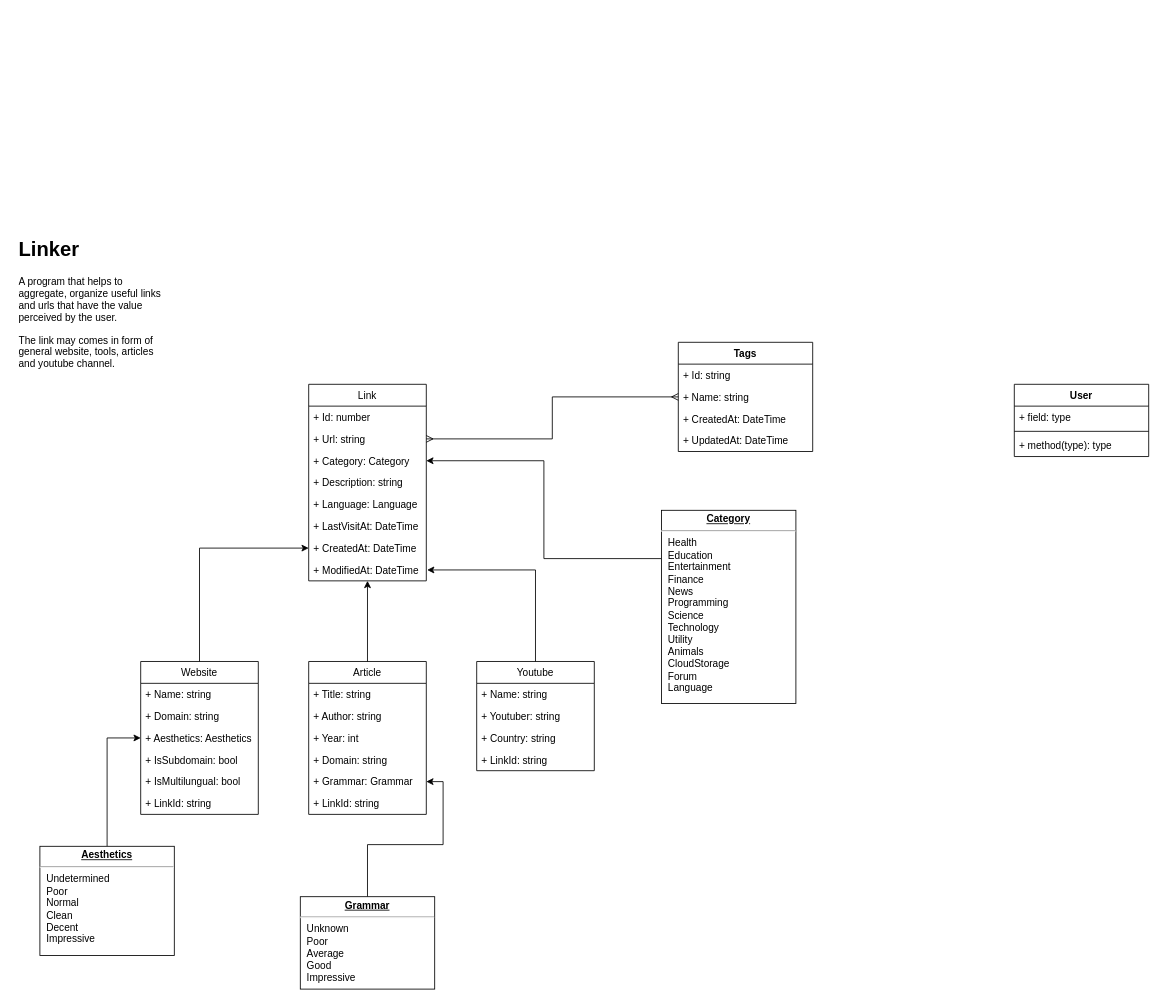
Earlier version of the draw.io diagram page "Class Diagram" (1 of 3) of docs/Linker.drawio (data-miner00/Linker). Source tidied: cells renumbered, new cells numbered last; positions are measured from the earlier drawing's top-left corner, leaving out a move shared by most shapes. Both pictures are drawn from the tidied source at 84%, with x=0, y=0 at pixel (14, 233).
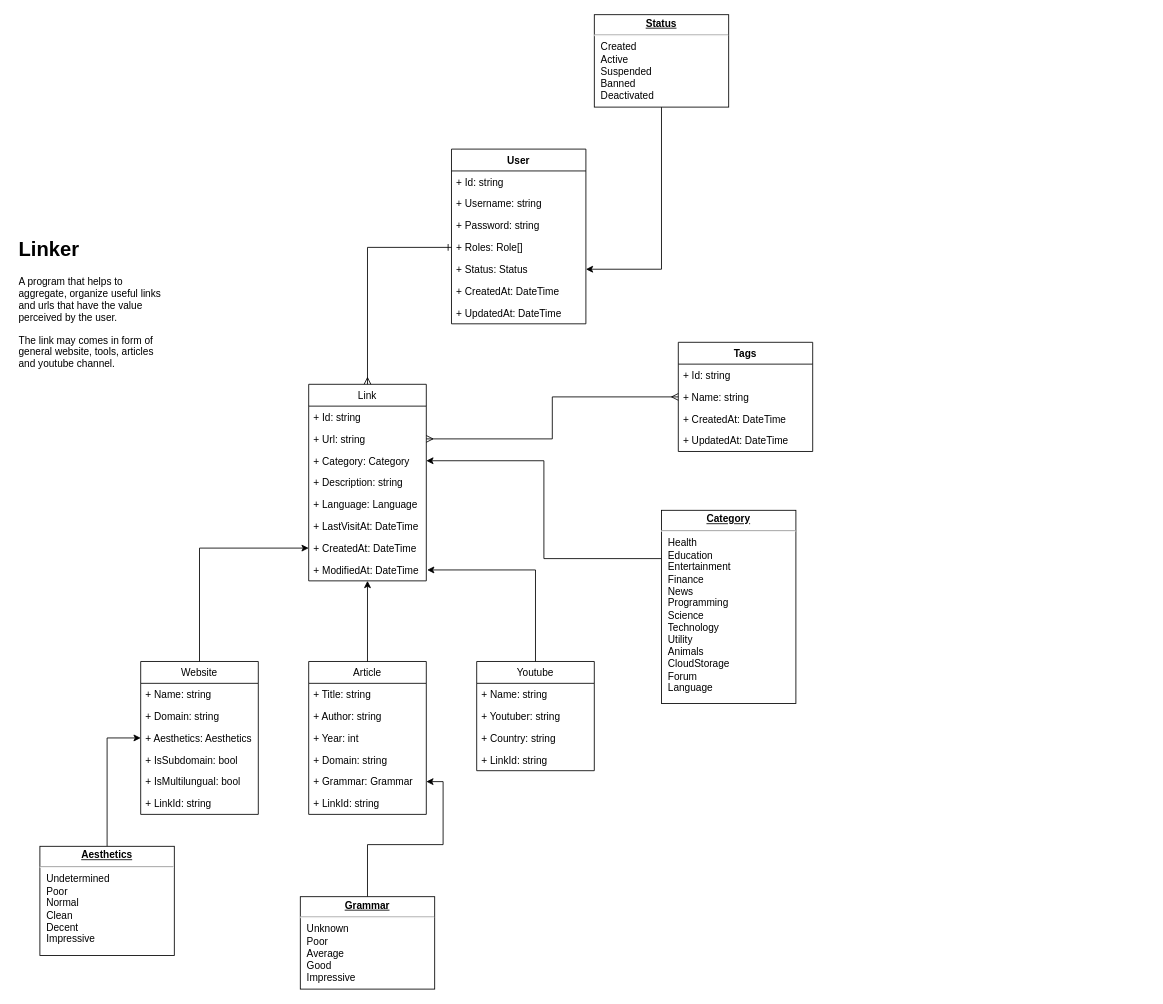
After the change.

Unchanged cells that the change refers to:
```xml
<mxCell id="2" value="Link" style="swimlane;fontStyle=0;horizontal=1;startSize=26;fillColor=none;" parent="1" vertex="1">
  <mxGeometry x="350" y="180" width="140" height="234" as="geometry" />
</mxCell>
```

Change to the diagram source:
```diff
@@
-    <mxCell id="3" value="+ Id: number" style="text;strokeColor=none;fillColor=none;align=left;verticalAlign=top;spacingLeft=4;spacingRight=4;overflow=hidden;" parent="2" vertex="1">
+    <mxCell id="3" value="+ Id: string" style="text;strokeColor=none;fillColor=none;align=left;verticalAlign=top;spacingLeft=4;spacingRight=4;overflow=hidden;" parent="2" vertex="1">
       <mxGeometry y="26" width="140" height="26" as="geometry" />
     </mxCell>
@@
     <mxCell id="40" value="User" style="swimlane;fontStyle=1;align=center;verticalAlign=top;horizontal=1;startSize=26;" parent="1" vertex="1">
-      <mxGeometry x="1190" y="180" width="160" height="86" as="geometry" />
+      <mxGeometry x="520" y="-100" width="160" height="208" as="geometry" />
     </mxCell>
-    <mxCell id="41" value="+ field: type" style="text;strokeColor=none;fillColor=none;align=left;verticalAlign=top;spacingLeft=4;spacingRight=4;overflow=hidden;" parent="40" vertex="1">
+    <mxCell id="41" value="+ Id: string" style="text;strokeColor=none;fillColor=none;align=left;verticalAlign=top;spacingLeft=4;spacingRight=4;overflow=hidden;" parent="40" vertex="1">
       <mxGeometry y="26" width="160" height="26" as="geometry" />
     </mxCell>
-    <mxCell id="42" style="line;strokeWidth=1;fillColor=none;align=left;verticalAlign=middle;spacingTop=-1;spacingLeft=3;spacingRight=3;labelPosition=right;strokeColor=inherit;" parent="40" vertex="1">
-      <mxGeometry y="52" width="160" height="8" as="geometry" />
-    </mxCell>
-    <mxCell id="43" value="+ method(type): type" style="text;strokeColor=none;fillColor=none;align=left;verticalAlign=top;spacingLeft=4;spacingRight=4;overflow=hidden;" parent="40" vertex="1">
-      <mxGeometry y="60" width="160" height="26" as="geometry" />
+    <mxCell id="43" value="+ Username: string" style="text;strokeColor=none;fillColor=none;align=left;verticalAlign=top;spacingLeft=4;spacingRight=4;overflow=hidden;" parent="40" vertex="1">
+      <mxGeometry y="52" width="160" height="26" as="geometry" />
     </mxCell>
+    <mxCell id="50" value="+ Password: string" style="text;strokeColor=none;fillColor=none;align=left;verticalAlign=top;spacingLeft=4;spacingRight=4;overflow=hidden;" parent="40" vertex="1">
+      <mxGeometry y="78" width="160" height="26" as="geometry" />
+    </mxCell>
+    <mxCell id="51" value="+ Roles: Role[]" style="text;strokeColor=none;fillColor=none;align=left;verticalAlign=top;spacingLeft=4;spacingRight=4;overflow=hidden;points=[[0,0.5],[1,0.5]];portConstraint=eastwest;" parent="40" vertex="1">
+      <mxGeometry y="104" width="160" height="26" as="geometry" />
+    </mxCell>
+    <mxCell id="52" value="+ Status: Status" style="text;strokeColor=none;fillColor=none;align=left;verticalAlign=top;spacingLeft=4;spacingRight=4;overflow=hidden;points=[[0,0.5],[1,0.5]];portConstraint=eastwest;" parent="40" vertex="1">
+      <mxGeometry y="130" width="160" height="26" as="geometry" />
+    </mxCell>
+    <mxCell id="53" value="+ CreatedAt: DateTime" style="text;strokeColor=none;fillColor=none;align=left;verticalAlign=top;spacingLeft=4;spacingRight=4;overflow=hidden;" parent="40" vertex="1">
+      <mxGeometry y="156" width="160" height="26" as="geometry" />
+    </mxCell>
+    <mxCell id="54" value="+ UpdatedAt: DateTime" style="text;strokeColor=none;fillColor=none;align=left;verticalAlign=top;spacingLeft=4;spacingRight=4;overflow=hidden;" parent="40" vertex="1">
+      <mxGeometry y="182" width="160" height="26" as="geometry" />
+    </mxCell>
@@
+    <mxCell id="55" style="edgeStyle=orthogonalEdgeStyle;rounded=0;jettySize=auto;html=1;entryX=0.5;entryY=0;entryDx=0;entryDy=0;endArrow=ERmany;endFill=0;startArrow=ERone;startFill=0;" parent="1" edge="1" source="51" target="2">
+      <mxGeometry relative="1" as="geometry" />
+    </mxCell>
+    <mxCell id="56" style="edgeStyle=orthogonalEdgeStyle;rounded=0;jettySize=auto;html=1;" parent="1" edge="1" source="57" target="52">
+      <mxGeometry relative="1" as="geometry" />
+    </mxCell>
+    <mxCell id="57" value="&lt;p style=&quot;margin:0px;margin-top:4px;text-align:center;text-decoration:underline;&quot;&gt;&lt;b&gt;Status&lt;/b&gt;&lt;/p&gt;&lt;hr&gt;&lt;p style=&quot;margin:0px;margin-left:8px;&quot;&gt;Created&lt;/p&gt;&lt;p style=&quot;margin:0px;margin-left:8px;&quot;&gt;Active&lt;/p&gt;&lt;p style=&quot;margin:0px;margin-left:8px;&quot;&gt;Suspended&lt;/p&gt;&lt;p style=&quot;margin:0px;margin-left:8px;&quot;&gt;Banned&lt;/p&gt;&lt;p style=&quot;margin:0px;margin-left:8px;&quot;&gt;Deactivated&lt;/p&gt;" style="verticalAlign=top;align=left;overflow=fill;fontSize=12;fontFamily=Helvetica;html=1;" parent="1" vertex="1">
+      <mxGeometry x="690" y="-260" width="160" height="110" as="geometry" />
+    </mxCell>
```
